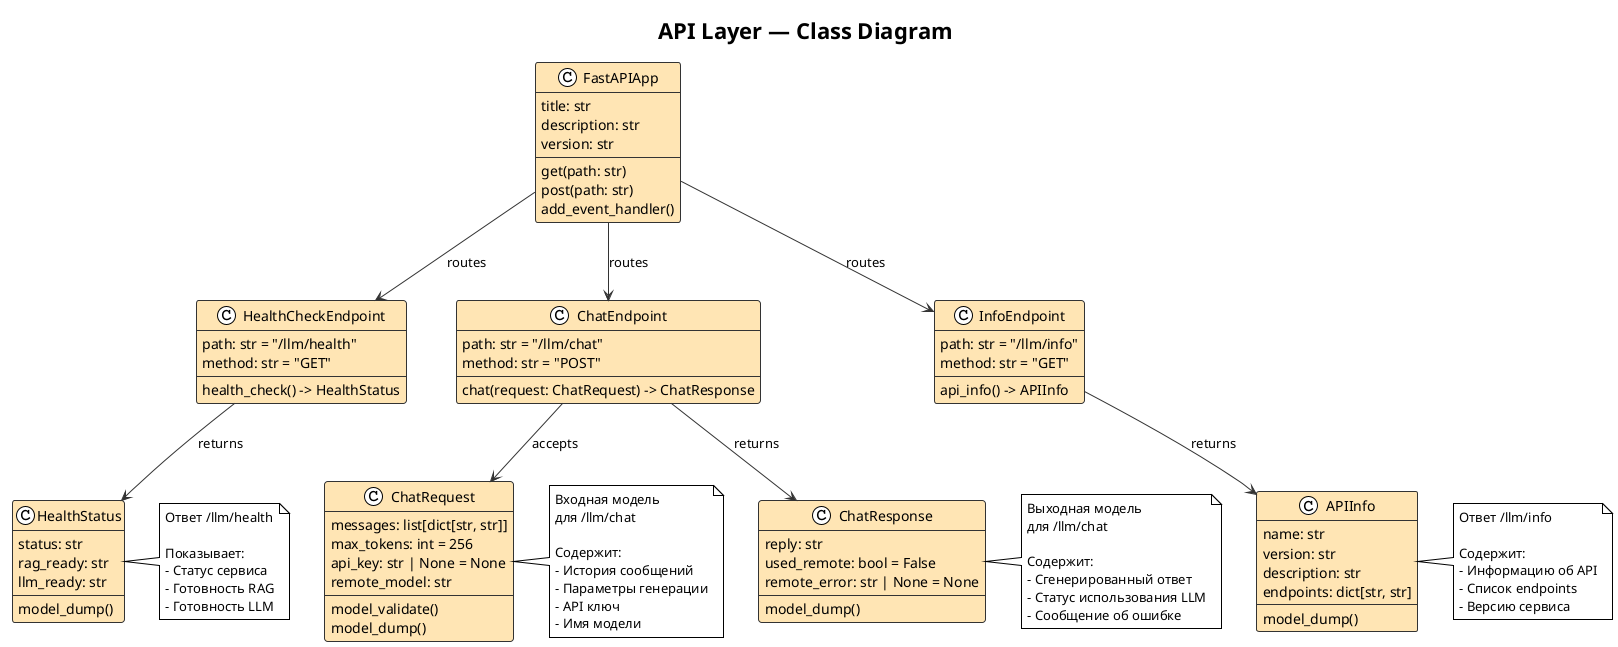
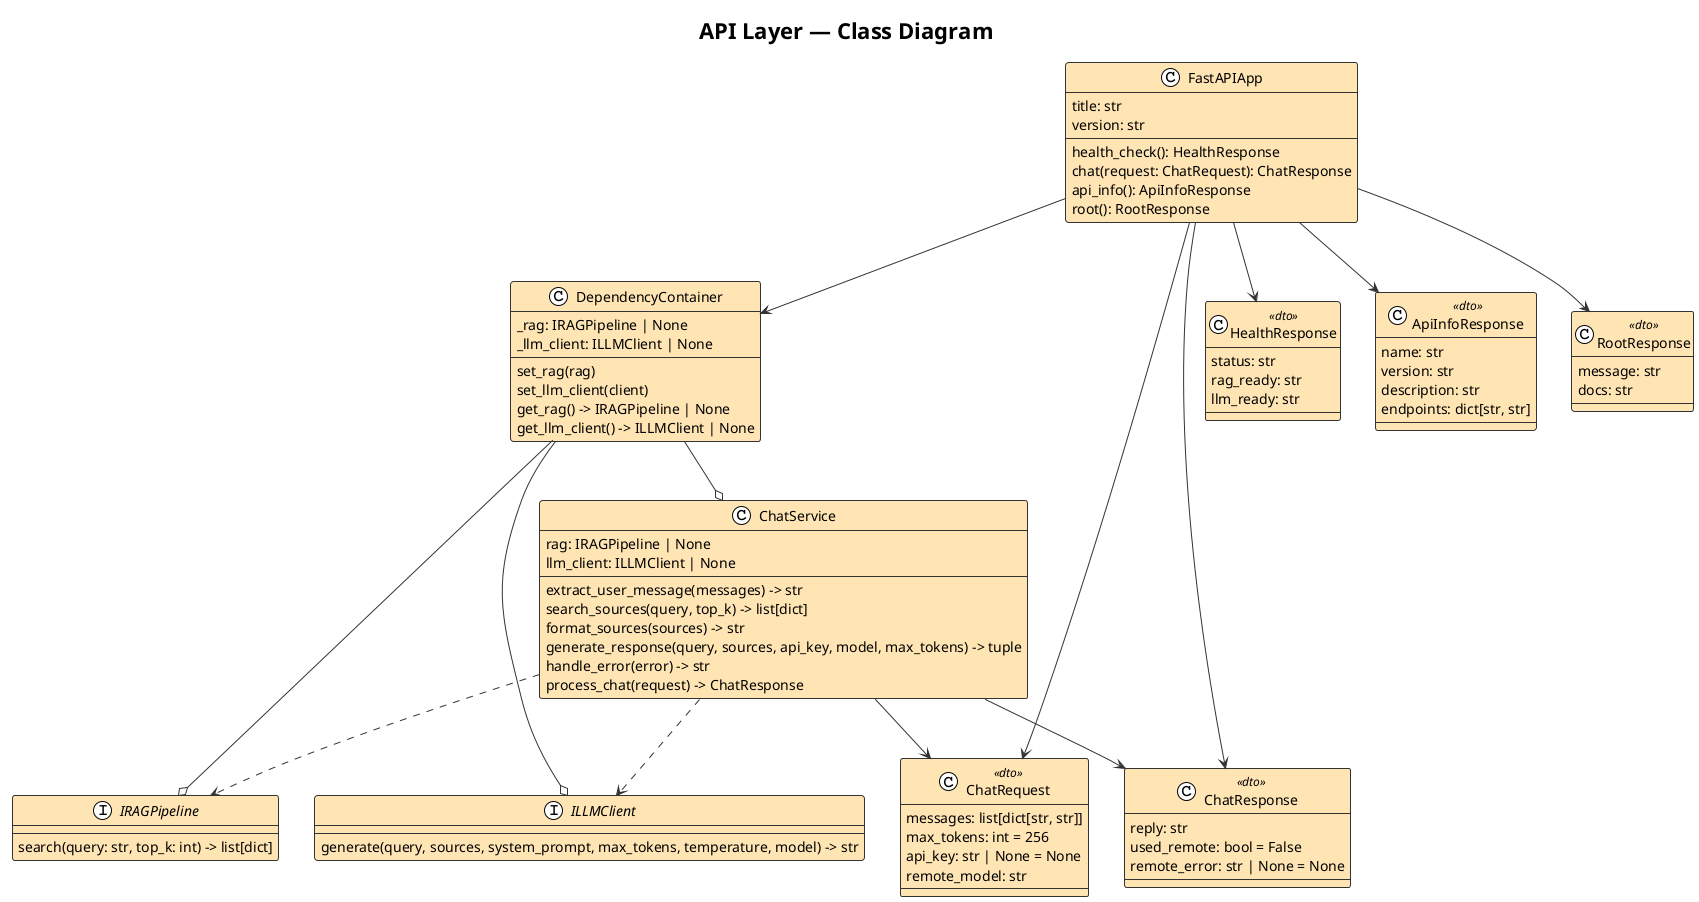
@startuml API_Layer_Class_Diagram

!theme plain
skinparam classBackgroundColor #FFE5B4
skinparam classBorderColor #333333
skinparam arrowColor #333333

title API Layer — Class Diagram

' ============= FastAPI Application =============
class FastAPIApp {
    {field} title: str
-     {field} description: str
    {field} version: str
    --
-     {method} get(path: str)
-     {method} post(path: str)
-     {method} add_event_handler()
+     {method} health_check(): HealthResponse
+     {method} chat(request: ChatRequest): ChatResponse
+     {method} api_info(): ApiInfoResponse
+     {method} root(): RootResponse
}

- ' ============= Endpoints =============
- class HealthCheckEndpoint {
-     {field} path: str = "/llm/health"
-     {field} method: str = "GET"
+ ' ============= Services =============
+ class ChatService {
+     {field} rag: IRAGPipeline | None
+     {field} llm_client: ILLMClient | None
    --
-     {method} health_check() -> HealthStatus
+     {method} extract_user_message(messages) -> str
+     {method} search_sources(query, top_k) -> list[dict]
+     {method} format_sources(sources) -> str
+     {method} generate_response(query, sources, api_key, model, max_tokens) -> tuple
+     {method} handle_error(error) -> str
+     {method} process_chat(request) -> ChatResponse
}

- class ChatEndpoint {
-     {field} path: str = "/llm/chat"
-     {field} method: str = "POST"
+ ' ============= Dependencies =============
+ class DependencyContainer {
+     {field} _rag: IRAGPipeline | None
+     {field} _llm_client: ILLMClient | None
    --
-     {method} chat(request: ChatRequest) -> ChatResponse
+     {method} set_rag(rag)
+     {method} set_llm_client(client)
+     {method} get_rag() -> IRAGPipeline | None
+     {method} get_llm_client() -> ILLMClient | None
}

- class InfoEndpoint {
-     {field} path: str = "/llm/info"
-     {field} method: str = "GET"
-     --
-     {method} api_info() -> APIInfo
+ ' ============= Interfaces =============
+ interface IRAGPipeline {
+     {method} search(query: str, top_k: int) -> list[dict]
}

- ' ============= Request Models =============
- class ChatRequest {
+ interface ILLMClient {
+     {method} generate(query, sources, system_prompt, max_tokens, temperature, model) -> str
+ }
+ 
+ ' ============= Data Transfer Objects =============
+ class ChatRequest <<dto>> {
    {field} messages: list[dict[str, str]]
    {field} max_tokens: int = 256
    {field} api_key: str | None = None
    {field} remote_model: str
-     --
-     {method} model_validate()
-     {method} model_dump()
}

- ' ============= Response Models =============
- class ChatResponse {
+ class ChatResponse <<dto>> {
    {field} reply: str
    {field} used_remote: bool = False
    {field} remote_error: str | None = None
-     --
-     {method} model_dump()
}

- class HealthStatus {
+ class HealthResponse <<dto>> {
    {field} status: str
    {field} rag_ready: str
    {field} llm_ready: str
-     --
-     {method} model_dump()
}

- class APIInfo {
+ class ApiInfoResponse <<dto>> {
    {field} name: str
    {field} version: str
    {field} description: str
    {field} endpoints: dict[str, str]
-     --
-     {method} model_dump()
+ }
+ 
+ class RootResponse <<dto>> {
+     {field} message: str
+     {field} docs: str
}

' ============= Relationships =============

- FastAPIApp --> HealthCheckEndpoint: routes
- FastAPIApp --> ChatEndpoint: routes
- FastAPIApp --> InfoEndpoint: routes
+ ' FastAPI uses DependencyContainer to resolve dependencies
+ FastAPIApp --> DependencyContainer

- ChatEndpoint --> ChatRequest: accepts
- ChatEndpoint --> ChatResponse: returns
- HealthCheckEndpoint --> HealthStatus: returns
- InfoEndpoint --> APIInfo: returns
+ ' FastAPI uses DTOs (association)
+ FastAPIApp --> ChatRequest
+ FastAPIApp --> ChatResponse
+ FastAPIApp --> HealthResponse
+ FastAPIApp --> ApiInfoResponse
+ FastAPIApp --> RootResponse

+ ' ChatService uses interfaces (dependency)
+ ChatService ..> IRAGPipeline
+ ChatService ..> ILLMClient

+ ' ChatService uses DTOs (association)
+ ChatService --> ChatRequest
+ ChatService --> ChatResponse

- note right of ChatRequest
-   Входная модель
-   для /llm/chat
- 
-   Содержит:
-   - История сообщений
-   - Параметры генерации
-   - API ключ
-   - Имя модели
- end note
- 
- note right of ChatResponse
-   Выходная модель
-   для /llm/chat
- 
-   Содержит:
-   - Сгенерированный ответ
-   - Статус использования LLM
-   - Сообщение об ошибке
- end note
- 
- note right of HealthStatus
-   Ответ /llm/health
- 
-   Показывает:
-   - Статус сервиса
-   - Готовность RAG
-   - Готовность LLM
- end note
- 
- note right of APIInfo
-   Ответ /llm/info
- 
-   Содержит:
-   - Информацию об API
-   - Список endpoints
-   - Версию сервиса
- end note
+ ' DependencyContainer manages dependencies
+ DependencyContainer --o IRAGPipeline
+ DependencyContainer --o ILLMClient
+ DependencyContainer --o ChatService

@enduml
